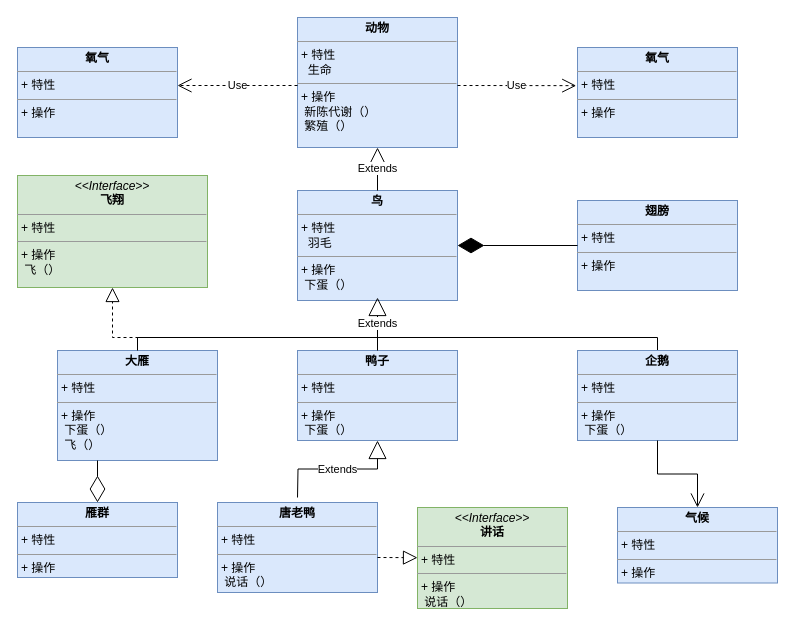
Before: UML.drawio in joeaaron/OnlineDiagram, a draw.io diagram. Source tidied: cells renumbered, new cells numbered last; positions are measured from the earlier drawing's top-left corner, leaving out a move shared by most shapes. Both pictures are drawn from the tidied source at 100%, with x=0, y=0 at pixel (17, 17).
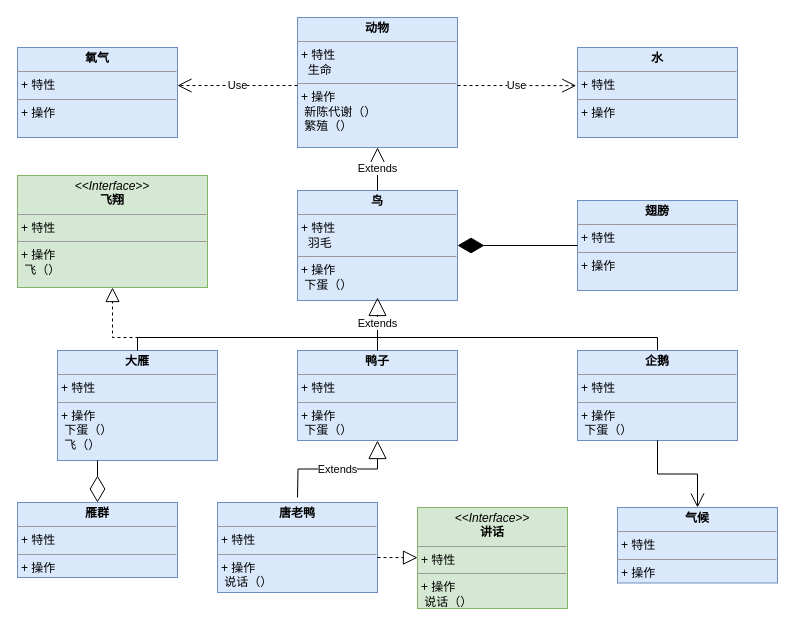
After the change.

The edit, as a diff of the source:
```diff
@@
-    <mxCell id="4" value="&lt;p style=&quot;margin: 0px ; margin-top: 4px ; text-align: center&quot;&gt;&lt;b&gt;氧气&lt;/b&gt;&lt;/p&gt;&lt;hr size=&quot;1&quot;&gt;&lt;p style=&quot;margin: 0px ; margin-left: 4px&quot;&gt;+ 特性&lt;/p&gt;&lt;hr size=&quot;1&quot;&gt;&lt;p style=&quot;margin: 0px ; margin-left: 4px&quot;&gt;+ 操作&lt;/p&gt;" style="verticalAlign=top;align=left;overflow=fill;fontSize=12;fontFamily=Helvetica;html=1;fillColor=#dae8fc;strokeColor=#6C8EBF;" parent="1" vertex="1">
+    <mxCell id="4" value="&lt;p style=&quot;margin: 0px ; margin-top: 4px ; text-align: center&quot;&gt;&lt;b&gt;水&lt;/b&gt;&lt;/p&gt;&lt;hr size=&quot;1&quot;&gt;&lt;p style=&quot;margin: 0px ; margin-left: 4px&quot;&gt;+ 特性&lt;/p&gt;&lt;hr size=&quot;1&quot;&gt;&lt;p style=&quot;margin: 0px ; margin-left: 4px&quot;&gt;+ 操作&lt;/p&gt;" style="verticalAlign=top;align=left;overflow=fill;fontSize=12;fontFamily=Helvetica;html=1;fillColor=#dae8fc;strokeColor=#6C8EBF;" parent="1" vertex="1">
       <mxGeometry x="560" y="30" width="160" height="90" as="geometry" />
     </mxCell>
```
